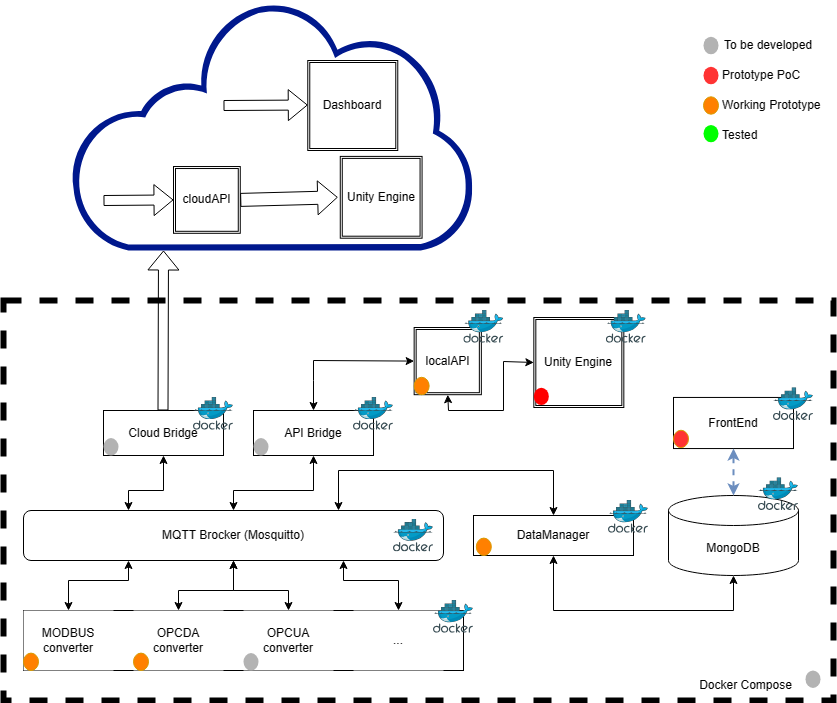
Above: Arch_Design.png in LuisCMoreira/TwinPaca_Community (draw.io), before the change. Source tidied: cells renumbered, new cells last; positions are measured from the earlier drawing's top-left corner, leaving out a move shared by most shapes.
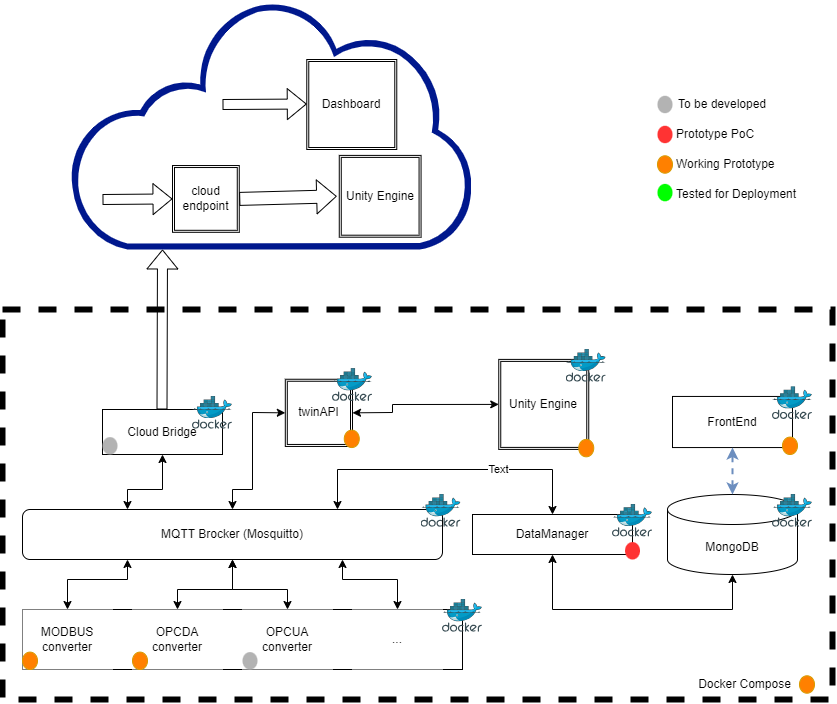
After the commit.

What changed in the source:
```diff
@@ -3,7 +3,7 @@
     <mxCell id="0" />
     <mxCell id="1" parent="0" />
     <mxCell id="2" style="rounded=0;whiteSpace=wrap;html=1;fillColor=none;dashed=1;strokeWidth=6;" parent="1" vertex="1">
-      <mxGeometry y="300" width="830" height="400" as="geometry" />
+      <mxGeometry y="310" width="830" height="390" as="geometry" />
     </mxCell>
     <mxCell id="3" style="rounded=0;whiteSpace=wrap;html=1;strokeColor=default;" parent="1" vertex="1">
       <mxGeometry x="20" y="610" width="440" height="60" as="geometry" />
@@ -33,16 +33,16 @@
       <mxGeometry x="470" y="515" width="160" height="40" as="geometry" />
     </mxCell>
     <mxCell id="12" style="image;sketch=0;html=1;align=center;fontSize=12;image=img/lib/mscae/Docker.svg;" parent="1" vertex="1">
-      <mxGeometry x="390" y="518.6" width="40" height="32.8" as="geometry" />
+      <mxGeometry x="418.6" y="495" width="40" height="32.8" as="geometry" />
     </mxCell>
     <mxCell id="13" style="image;sketch=0;html=1;align=center;fontSize=12;image=img/lib/mscae/Docker.svg;" parent="1" vertex="1">
       <mxGeometry x="190" y="396.9" width="40" height="32.8" as="geometry" />
     </mxCell>
     <mxCell id="14" style="image;sketch=0;html=1;align=center;fontSize=12;image=img/lib/mscae/Docker.svg;" parent="1" vertex="1">
-      <mxGeometry x="755" y="477.2" width="40" height="32.8" as="geometry" />
+      <mxGeometry x="770" y="495" width="40" height="32.8" as="geometry" />
     </mxCell>
     <mxCell id="15" style="image;sketch=0;html=1;align=center;fontSize=12;image=img/lib/mscae/Docker.svg;" parent="1" vertex="1">
-      <mxGeometry x="605" y="500" width="40" height="32.8" as="geometry" />
+      <mxGeometry x="610" y="504.8" width="40" height="32.8" as="geometry" />
     </mxCell>
     <mxCell id="16" style="sketch=0;shadow=0;dashed=0;html=1;strokeColor=none;labelPosition=center;verticalLabelPosition=bottom;verticalAlign=top;align=center;fillColor=#00188D;shape=mxgraph.mscae.enterprise.internet_hollow;" parent="1" vertex="1">
       <mxGeometry x="66.8" width="403.2" height="250" as="geometry" />
@@ -122,6 +122,9 @@
         </Array>
       </mxGeometry>
     </mxCell>
+    <mxCell id="63" value="Text" style="edgeLabel;html=1;align=center;verticalAlign=middle;" parent="29" vertex="1">
+      <mxGeometry x="-0.33" y="-1" relative="1" as="geometry" />
+    </mxCell>
     <mxCell id="30" style="shape=flexArrow;endArrow=classic;html=1;rounded=0;" parent="1" edge="1">
       <mxGeometry relative="1" as="geometry">
         <mxPoint x="159.5" y="410" as="sourcePoint" />
@@ -131,7 +134,7 @@
     <mxCell id="31" value="Docker Compose" style="text;html=1;strokeColor=none;fillColor=none;align=center;verticalAlign=middle;whiteSpace=wrap;rounded=0;" parent="1" vertex="1">
       <mxGeometry x="690" y="670" width="105" height="30" as="geometry" />
     </mxCell>
-    <mxCell id="32" value="cloudAPI" style="shape=ext;double=1;whiteSpace=wrap;html=1;" parent="1" vertex="1">
+    <mxCell id="32" value="cloud endpoint" style="shape=ext;double=1;whiteSpace=wrap;html=1;" parent="1" vertex="1">
       <mxGeometry x="170" y="166" width="66.8" height="66.8" as="geometry" />
     </mxCell>
     <mxCell id="33" style="shape=flexArrow;endArrow=classic;html=1;rounded=0;entryX=0;entryY=0.5;entryDx=0;entryDy=0;width=13;endSize=6.2;exitX=1;exitY=0.5;exitDx=0;exitDy=0;" parent="1" edge="1" source="32">
@@ -147,57 +150,40 @@
         </Array>
       </mxGeometry>
     </mxCell>
-    <mxCell id="35" value="API Bridge" style="rounded=0;whiteSpace=wrap;html=1;" parent="1" vertex="1">
-      <mxGeometry x="250" y="410" width="120" height="45" as="geometry" />
-    </mxCell>
     <mxCell id="36" value="Unity Engine" style="shape=ext;double=1;whiteSpace=wrap;html=1;" parent="1" vertex="1">
-      <mxGeometry x="530.3" y="317" width="90" height="90" as="geometry" />
+      <mxGeometry x="496.3" y="359.9" width="90" height="90" as="geometry" />
     </mxCell>
-    <mxCell id="37" value="localAPI" style="shape=ext;double=1;whiteSpace=wrap;html=1;" parent="1" vertex="1">
-      <mxGeometry x="410.6" y="327" width="67.2" height="67.2" as="geometry" />
+    <mxCell id="37" value="twinAPI" style="shape=ext;double=1;whiteSpace=wrap;html=1;" parent="1" vertex="1">
+      <mxGeometry x="282.8" y="379.8" width="67.2" height="67.2" as="geometry" />
     </mxCell>
-    <mxCell id="38" style="endArrow=classic;startArrow=classic;html=1;rounded=0;entryX=0.5;entryY=0;entryDx=0;entryDy=0;exitX=0.5;exitY=1;exitDx=0;exitDy=0;" parent="1" edge="1" source="35" target="5">
+    <mxCell id="38" style="endArrow=classic;startArrow=classic;html=1;rounded=0;entryX=0.5;entryY=0;entryDx=0;entryDy=0;exitX=0;exitY=0.5;exitDx=0;exitDy=0;" parent="1" edge="1" source="37" target="5">
       <mxGeometry relative="1" as="geometry">
         <Array as="points">
-          <mxPoint x="310" y="490" />
+          <mxPoint x="250" y="413" />
+          <mxPoint x="250" y="490" />
           <mxPoint x="230" y="490" />
         </Array>
       </mxGeometry>
     </mxCell>
-    <mxCell id="39" style="endArrow=classic;startArrow=classic;html=1;rounded=0;entryX=0;entryY=0.5;entryDx=0;entryDy=0;exitX=0.5;exitY=0;exitDx=0;exitDy=0;" parent="1" edge="1" source="35" target="37">
-      <mxGeometry relative="1" as="geometry">
-        <Array as="points">
-          <mxPoint x="310" y="380" />
-          <mxPoint x="310" y="360" />
-        </Array>
-      </mxGeometry>
-    </mxCell>
-    <mxCell id="40" style="endArrow=classic;startArrow=classic;html=1;rounded=0;entryX=0.5;entryY=1;entryDx=0;entryDy=0;exitX=0;exitY=0.5;exitDx=0;exitDy=0;" parent="1" edge="1" source="36" target="37">
+    <mxCell id="40" style="endArrow=classic;startArrow=classic;html=1;rounded=0;entryX=1;entryY=0.5;entryDx=0;entryDy=0;exitX=0;exitY=0.5;exitDx=0;exitDy=0;" parent="1" edge="1" source="36" target="37">
       <mxGeometry relative="1" as="geometry">
         <Array as="points">
-          <mxPoint x="500" y="361" />
-          <mxPoint x="500" y="410" />
-          <mxPoint x="445" y="410" />
+          <mxPoint x="390" y="405" />
+          <mxPoint x="390" y="413" />
         </Array>
       </mxGeometry>
     </mxCell>
-    <mxCell id="41" style="image;sketch=0;html=1;align=center;fontSize=12;image=img/lib/mscae/Docker.svg;" parent="1" vertex="1">
-      <mxGeometry x="350" y="396.9" width="40" height="32.8" as="geometry" />
-    </mxCell>
     <mxCell id="42" style="image;sketch=0;html=1;align=center;fontSize=12;image=img/lib/mscae/Docker.svg;" parent="1" vertex="1">
-      <mxGeometry x="460.3" y="310" width="40" height="32.8" as="geometry" />
+      <mxGeometry x="330" y="369.1" width="40" height="32.8" as="geometry" />
     </mxCell>
     <mxCell id="43" style="image;sketch=0;html=1;align=center;fontSize=12;image=img/lib/mscae/Docker.svg;" parent="1" vertex="1">
-      <mxGeometry x="602.8" y="310" width="40" height="32.8" as="geometry" />
+      <mxGeometry x="563.8" y="349.9" width="40" height="32.8" as="geometry" />
     </mxCell>
-    <mxCell id="44" style="ellipse;whiteSpace=wrap;html=1;fillColor=#FF3333;strokeColor=#d79b00;" parent="1" vertex="1">
-      <mxGeometry x="670" y="429.8" width="15" height="17.4" as="geometry" />
-    </mxCell>
     <mxCell id="45" style="ellipse;whiteSpace=wrap;html=1;fillColor=#FF8000;strokeColor=#d79b00;" parent="1" vertex="1">
       <mxGeometry x="130" y="652.6" width="15" height="17.4" as="geometry" />
     </mxCell>
     <mxCell id="46" style="ellipse;whiteSpace=wrap;html=1;fillColor=#FF8000;strokeColor=#d79b00;" parent="1" vertex="1">
-      <mxGeometry x="410.6" y="376.8" width="15" height="17.4" as="geometry" />
+      <mxGeometry x="341.8" y="430.7" width="15" height="17.4" as="geometry" />
     </mxCell>
     <mxCell id="47" style="ellipse;whiteSpace=wrap;html=1;fillColor=#B3B3B3;strokeColor=none;" parent="1" vertex="1">
       <mxGeometry x="240" y="652.6" width="15" height="17.4" as="geometry" />
@@ -205,47 +191,47 @@
     <mxCell id="48" style="ellipse;whiteSpace=wrap;html=1;fillColor=#B3B3B3;strokeColor=none;" parent="1" vertex="1">
       <mxGeometry x="100" y="437.6" width="15" height="17.4" as="geometry" />
     </mxCell>
-    <mxCell id="49" style="ellipse;whiteSpace=wrap;html=1;fillColor=#B3B3B3;strokeColor=none;" parent="1" vertex="1">
-      <mxGeometry x="250" y="437.6" width="15" height="17.4" as="geometry" />
-    </mxCell>
-    <mxCell id="50" style="ellipse;whiteSpace=wrap;html=1;fillColor=#FF0000;strokeColor=none;" parent="1" vertex="1">
-      <mxGeometry x="530.3" y="387.2" width="15" height="17.4" as="geometry" />
-    </mxCell>
-    <mxCell id="51" style="ellipse;whiteSpace=wrap;html=1;fillColor=#B3B3B3;strokeColor=none;" parent="1" vertex="1">
-      <mxGeometry x="802" y="670" width="15" height="17.4" as="geometry" />
-    </mxCell>
     <mxCell id="52" value="To be developed" style="text;html=1;strokeColor=none;fillColor=none;align=center;verticalAlign=middle;whiteSpace=wrap;rounded=0;" parent="1" vertex="1">
-      <mxGeometry x="715" y="30" width="100" height="30" as="geometry" />
+      <mxGeometry x="670" y="90" width="100" height="30" as="geometry" />
     </mxCell>
     <mxCell id="53" value="Prototype PoC" style="text;html=1;strokeColor=none;fillColor=none;align=left;verticalAlign=middle;whiteSpace=wrap;rounded=0;" parent="1" vertex="1">
-      <mxGeometry x="717" y="60" width="100" height="30" as="geometry" />
+      <mxGeometry x="672" y="120" width="100" height="30" as="geometry" />
     </mxCell>
     <mxCell id="54" value="Working Prototype" style="text;html=1;strokeColor=none;fillColor=none;align=left;verticalAlign=middle;whiteSpace=wrap;rounded=0;" parent="1" vertex="1">
-      <mxGeometry x="717" y="90" width="113" height="30" as="geometry" />
+      <mxGeometry x="672" y="150" width="113" height="30" as="geometry" />
     </mxCell>
-    <mxCell id="55" value="Tested" style="text;html=1;strokeColor=none;fillColor=none;align=left;verticalAlign=middle;whiteSpace=wrap;rounded=0;" parent="1" vertex="1">
-      <mxGeometry x="717" y="120" width="100" height="30" as="geometry" />
+    <mxCell id="55" value="Tested for Deployment" style="text;html=1;strokeColor=none;fillColor=none;align=left;verticalAlign=middle;whiteSpace=wrap;rounded=0;" parent="1" vertex="1">
+      <mxGeometry x="672" y="180" width="123" height="30" as="geometry" />
     </mxCell>
     <mxCell id="56" style="ellipse;whiteSpace=wrap;html=1;fillColor=#FF8000;strokeColor=#d79b00;" parent="1" vertex="1">
-      <mxGeometry x="700" y="96.3" width="15" height="17.4" as="geometry" />
+      <mxGeometry x="655" y="156.3" width="15" height="17.4" as="geometry" />
     </mxCell>
     <mxCell id="57" style="ellipse;whiteSpace=wrap;html=1;fillColor=#FF3333;strokeColor=none;" parent="1" vertex="1">
-      <mxGeometry x="700" y="66.3" width="15" height="17.4" as="geometry" />
+      <mxGeometry x="655" y="126.3" width="15" height="17.4" as="geometry" />
     </mxCell>
     <mxCell id="58" style="ellipse;whiteSpace=wrap;html=1;fillColor=#B3B3B3;strokeColor=none;" parent="1" vertex="1">
-      <mxGeometry x="700" y="36.3" width="15" height="17.4" as="geometry" />
+      <mxGeometry x="655" y="96.3" width="15" height="17.4" as="geometry" />
     </mxCell>
     <mxCell id="59" style="ellipse;whiteSpace=wrap;html=1;fillColor=#00FF00;strokeColor=none;" parent="1" vertex="1">
-      <mxGeometry x="700" y="124.4" width="15" height="17.4" as="geometry" />
+      <mxGeometry x="655" y="184.4" width="15" height="17.4" as="geometry" />
     </mxCell>
     <mxCell id="60" style="image;sketch=0;html=1;align=center;fontSize=12;image=img/lib/mscae/Docker.svg;" parent="1" vertex="1">
-      <mxGeometry x="430" y="600" width="40" height="32.8" as="geometry" />
+      <mxGeometry x="440" y="600" width="40" height="32.8" as="geometry" />
     </mxCell>
     <mxCell id="61" style="ellipse;whiteSpace=wrap;html=1;fillColor=#FF8000;strokeColor=#d79b00;" parent="1" vertex="1">
       <mxGeometry x="20" y="652.6" width="15" height="17.4" as="geometry" />
     </mxCell>
     <mxCell id="62" style="ellipse;whiteSpace=wrap;html=1;fillColor=#FF8000;strokeColor=#d79b00;" parent="1" vertex="1">
-      <mxGeometry x="472.8" y="537.6" width="15" height="17.4" as="geometry" />
+      <mxGeometry x="780" y="437.6" width="15" height="17.4" as="geometry" />
     </mxCell>
+    <mxCell id="64" style="ellipse;whiteSpace=wrap;html=1;fillColor=#FF3333;strokeColor=none;" parent="1" vertex="1">
+      <mxGeometry x="622.5" y="542.6" width="15" height="17.4" as="geometry" />
+    </mxCell>
+    <mxCell id="65" style="ellipse;whiteSpace=wrap;html=1;fillColor=#FF8000;strokeColor=#d79b00;" parent="1" vertex="1">
+      <mxGeometry x="576.2" y="439.9" width="15" height="17.4" as="geometry" />
+    </mxCell>
+    <mxCell id="66" style="ellipse;whiteSpace=wrap;html=1;fillColor=#FF8000;strokeColor=#d79b00;" parent="1" vertex="1">
+      <mxGeometry x="797" y="676.3" width="15" height="17.4" as="geometry" />
+    </mxCell>
   </root>
 </mxGraphModel>
```
